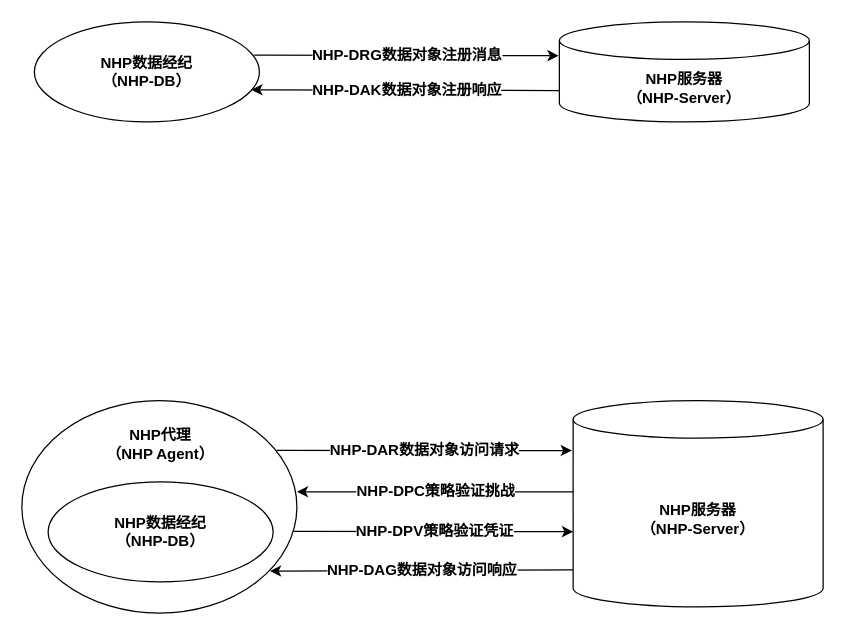
The draw.io diagram dhp/opendhp_seperate_message_flow.drawio in wenhulove333/opendhp, before the edit. Source tidied: cells renumbered, new cells numbered last; positions are measured from the earlier drawing's top-left corner, leaving out a move shared by most shapes. Both pictures are drawn from the tidied source at 125%, with x=0, y=0 at pixel (21, 21).
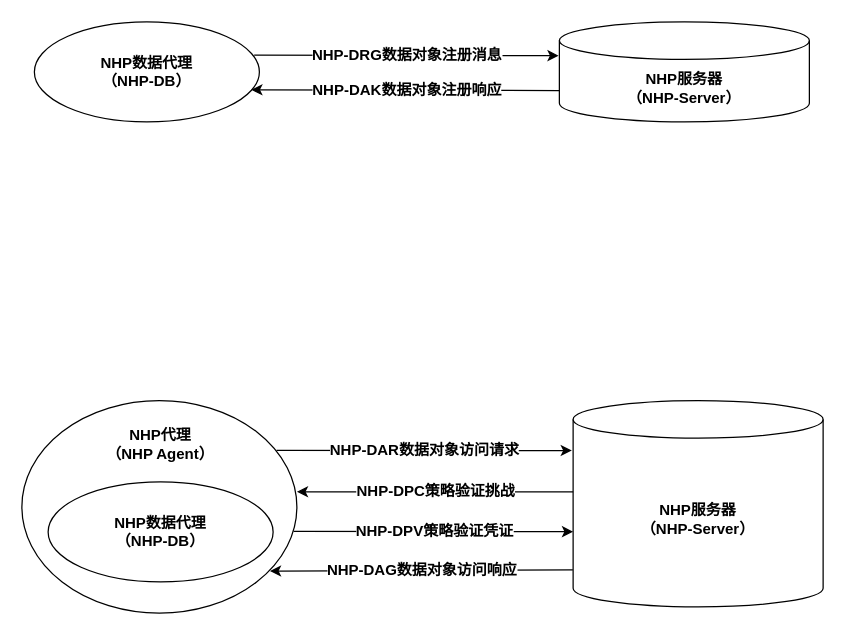
The same diagram, later.

Change to the diagram source:
```diff
@@
-    <mxCell id="3" value="&lt;b&gt;NHP数据经纪&lt;/b&gt;&lt;div&gt;&lt;b&gt;（NHP-DB）&lt;/b&gt;&lt;/div&gt;" style="ellipse;whiteSpace=wrap;html=1;fillColor=none;" parent="1" vertex="1">
+    <mxCell id="3" value="&lt;b&gt;NHP数据代理&lt;/b&gt;&lt;div&gt;&lt;b&gt;（NHP-DB）&lt;/b&gt;&lt;/div&gt;" style="ellipse;whiteSpace=wrap;html=1;fillColor=none;" parent="1" vertex="1">
       <mxGeometry x="10" width="180" height="80" as="geometry" />
     </mxCell>
@@
-    <mxCell id="10" value="&lt;b&gt;NHP数据经纪&lt;/b&gt;&lt;div&gt;&lt;b&gt;（NHP-DB）&lt;/b&gt;&lt;/div&gt;" style="ellipse;whiteSpace=wrap;html=1;fillColor=none;" parent="1" vertex="1">
+    <mxCell id="10" value="&lt;b&gt;NHP数据代理&lt;/b&gt;&lt;div&gt;&lt;b&gt;（NHP-DB）&lt;/b&gt;&lt;/div&gt;" style="ellipse;whiteSpace=wrap;html=1;fillColor=none;" parent="1" vertex="1">
       <mxGeometry x="21" y="368" width="180" height="80" as="geometry" />
     </mxCell>
```
